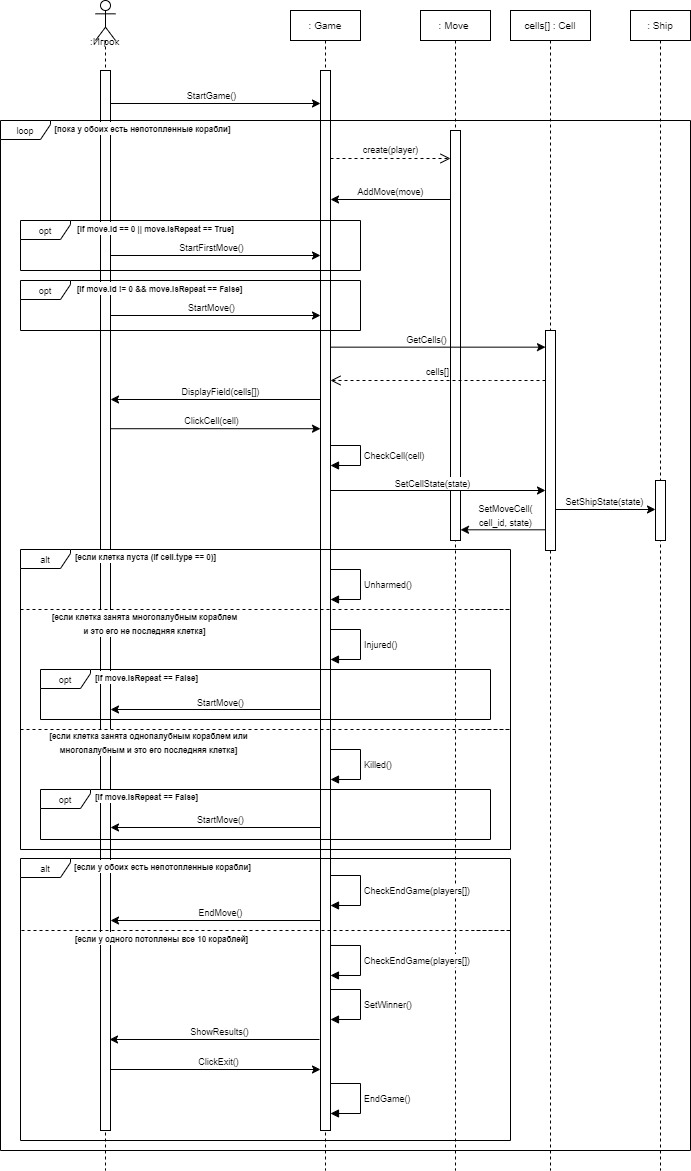
katefomkina/sea-battle keeps this draw.io diagram as images/lab4_4.drawio.png. Above is the earlier version. Source tidied: cells renumbered, new cells last; positions are measured from the earlier drawing's top-left corner, leaving out a move shared by most shapes.
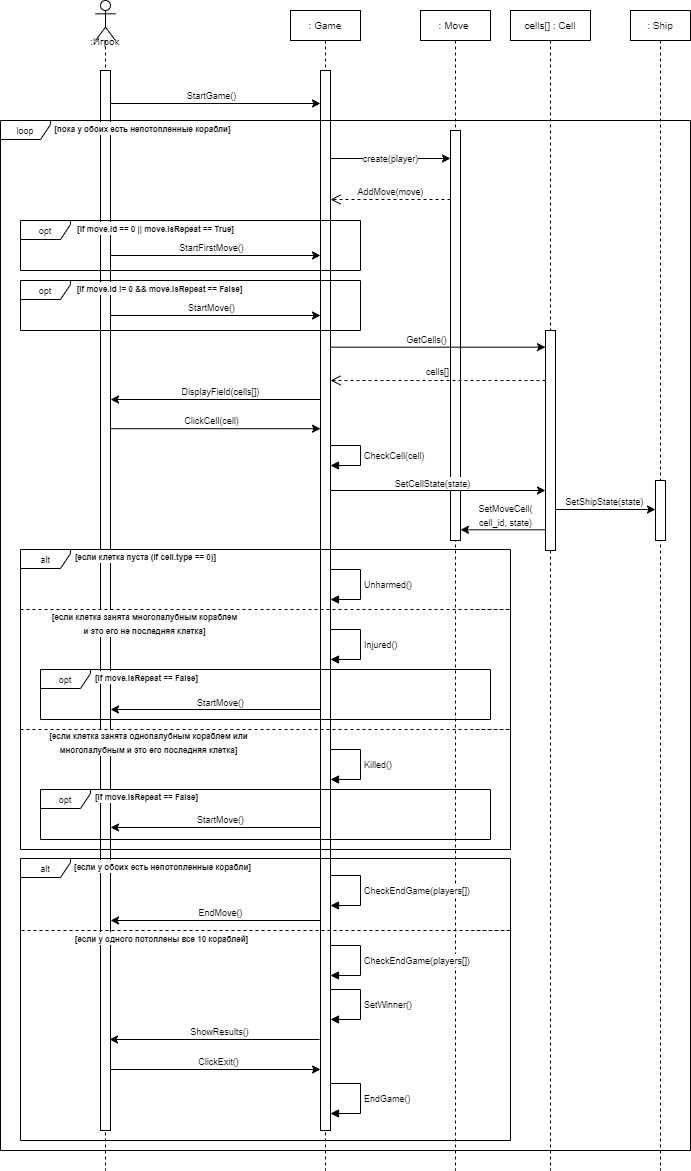
After the change.

Diff of the diagram source:
```diff
@@ -206,7 +206,7 @@
     <mxCell id="40" style="html=1;points=[[0,0,0,0,5],[0,1,0,0,-5],[1,0,0,0,5],[1,1,0,0,-5]];perimeter=orthogonalPerimeter;outlineConnect=0;targetShapes=umlLifeline;portConstraint=eastwest;newEdgeStyle={&quot;curved&quot;:0,&quot;rounded&quot;:0};" parent="39" vertex="1">
       <mxGeometry x="30" y="120" width="10" height="410" as="geometry" />
     </mxCell>
-    <mxCell id="41" value="&lt;font style=&quot;font-size: 9px;&quot;&gt;create(player&lt;span style=&quot;color: rgba(0, 0, 0, 0); font-family: monospace; font-size: 0px; text-align: start; background-color: rgb(251, 251, 251);&quot;&gt;%3CmxGraphModel%3E%3Croot%3E%3CmxCell%20id%3D%220%22%2F%3E%3CmxCell%20id%3D%221%22%20parent%3D%220%22%2F%3E%3CmxCell%20id%3D%222%22%20value%3D%22%22%20style%3D%22endArrow%3Dclassic%3Bhtml%3D1%3Brounded%3D0%3B%22%20edge%3D%221%22%20parent%3D%221%22%3E%3CmxGeometry%20width%3D%2250%22%20height%3D%2250%22%20relative%3D%221%22%20as%3D%22geometry%22%3E%3CmxPoint%20x%3D%22430%22%20y%3D%22180%22%20as%3D%22sourcePoint%22%2F%3E%3CmxPoint%20x%3D%22220%22%20y%3D%22180%22%20as%3D%22targetPoint%22%2F%3E%3CArray%20as%3D%22points%22%3E%3CmxPoint%20x%3D%22330%22%20y%3D%22180%22%2F%3E%3C%2FArray%3E%3C%2FmxGeometry%3E%3C%2FmxCell%3E%3CmxCell%20id%3D%223%22%20value%3D%22%26lt%3Bdiv%26gt%3B%26lt%3Bfont%20style%3D%26quot%3Bfont-size%3A%209px%3B%26quot%3B%26gt%3BNameRequest()%26amp%3Bnbsp%3B%26lt%3B%2Ffont%26gt%3B%26lt%3B%2Fdiv%26gt%3B%22%20style%3D%22edgeLabel%3Bhtml%3D1%3Balign%3Dcenter%3BverticalAlign%3Dmiddle%3Bresizable%3D0%3Bpoints%3D%5B%5D%3B%22%20vertex%3D%221%22%20connectable%3D%220%22%20parent%3D%222%22%3E%3CmxGeometry%20x%3D%220.1504%22%20y%3D%222%22%20relative%3D%221%22%20as%3D%22geometry%22%3E%3CmxPoint%20x%3D%2216%22%20y%3D%22-11%22%20as%3D%22offset%22%2F%3E%3C%2FmxGeometry%3E%3C%2FmxCell%3E%3C%2Froot%3E%3C%2FmxGraphModel%3E&lt;/span&gt;)&lt;/font&gt;" style="html=1;verticalAlign=bottom;endArrow=open;dashed=1;endSize=8;curved=0;rounded=0;" parent="1" edge="1" target="40">
+    <mxCell id="41" value="&lt;font style=&quot;font-size: 9px;&quot;&gt;create(player&lt;span style=&quot;color: rgba(0, 0, 0, 0); font-family: monospace; font-size: 0px; text-align: start; background-color: rgb(251, 251, 251);&quot;&gt;%3CmxGraphModel%3E%3Croot%3E%3CmxCell%20id%3D%220%22%2F%3E%3CmxCell%20id%3D%221%22%20parent%3D%220%22%2F%3E%3CmxCell%20id%3D%222%22%20value%3D%22%22%20style%3D%22endArrow%3Dclassic%3Bhtml%3D1%3Brounded%3D0%3B%22%20edge%3D%221%22%20parent%3D%221%22%3E%3CmxGeometry%20width%3D%2250%22%20height%3D%2250%22%20relative%3D%221%22%20as%3D%22geometry%22%3E%3CmxPoint%20x%3D%22430%22%20y%3D%22180%22%20as%3D%22sourcePoint%22%2F%3E%3CmxPoint%20x%3D%22220%22%20y%3D%22180%22%20as%3D%22targetPoint%22%2F%3E%3CArray%20as%3D%22points%22%3E%3CmxPoint%20x%3D%22330%22%20y%3D%22180%22%2F%3E%3C%2FArray%3E%3C%2FmxGeometry%3E%3C%2FmxCell%3E%3CmxCell%20id%3D%223%22%20value%3D%22%26lt%3Bdiv%26gt%3B%26lt%3Bfont%20style%3D%26quot%3Bfont-size%3A%209px%3B%26quot%3B%26gt%3BNameRequest()%26amp%3Bnbsp%3B%26lt%3B%2Ffont%26gt%3B%26lt%3B%2Fdiv%26gt%3B%22%20style%3D%22edgeLabel%3Bhtml%3D1%3Balign%3Dcenter%3BverticalAlign%3Dmiddle%3Bresizable%3D0%3Bpoints%3D%5B%5D%3B%22%20vertex%3D%221%22%20connectable%3D%220%22%20parent%3D%222%22%3E%3CmxGeometry%20x%3D%220.1504%22%20y%3D%222%22%20relative%3D%221%22%20as%3D%22geometry%22%3E%3CmxPoint%20x%3D%2216%22%20y%3D%22-11%22%20as%3D%22offset%22%2F%3E%3C%2FmxGeometry%3E%3C%2FmxCell%3E%3C%2Froot%3E%3C%2FmxGraphModel%3E&lt;/span&gt;)&lt;/font&gt;" style="endArrow=classic;html=1;rounded=0;exitX=1;exitY=0.35;exitDx=0;exitDy=0;exitPerimeter=0;" parent="1" edge="1" target="40">
       <mxGeometry relative="1" as="geometry">
         <mxPoint x="330" y="158" as="sourcePoint" />
       </mxGeometry>
@@ -300,7 +300,7 @@
         <mxPoint x="-11" y="-8" as="offset" />
       </mxGeometry>
     </mxCell>
-    <mxCell id="61" style="endArrow=classic;html=1;rounded=0;" parent="1" edge="1">
+    <mxCell id="61" style="html=1;verticalAlign=bottom;endArrow=open;dashed=1;endSize=8;curved=0;rounded=0;" parent="1" edge="1">
       <mxGeometry relative="1" as="geometry">
         <mxPoint x="450" y="199" as="sourcePoint" />
         <mxPoint x="330" y="199" as="targetPoint" />
```
